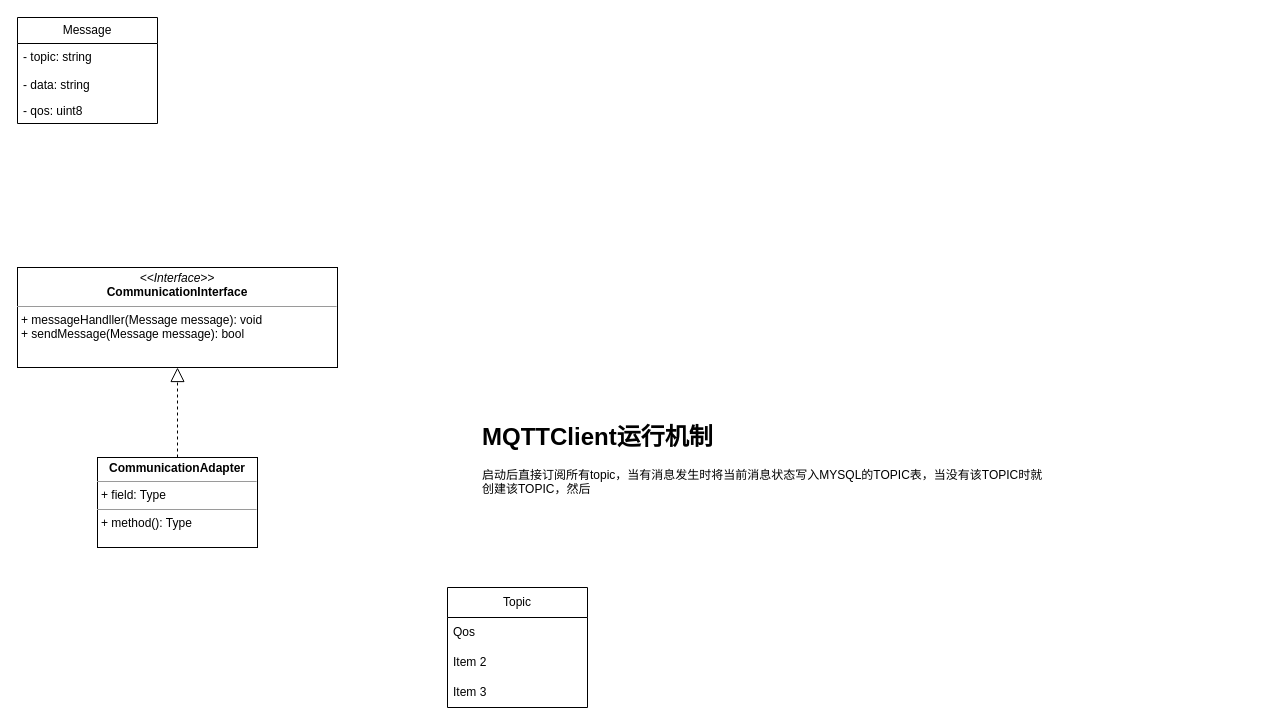
Diam2023/IOTServer keeps this draw.io diagram as doc/communication.drawio. Above is the earlier version. Source tidied: cells renumbered, new cells numbered last; positions are measured from the earlier drawing's top-left corner, leaving out a move shared by most shapes. Both pictures are drawn from the tidied source at 100%, with x=0, y=0 at pixel (17, 17).
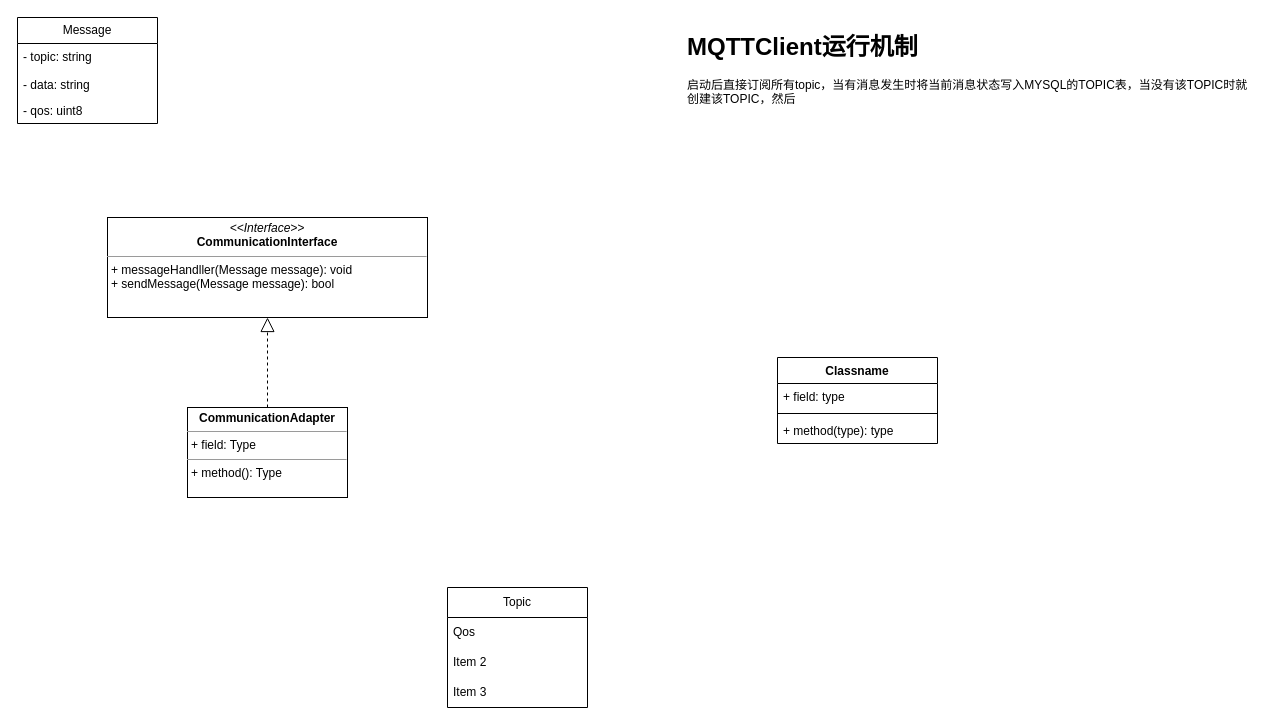
Above is the later version.

What changed in the source:
```diff
@@
 <mxGraphModel>
   <root>
     <mxCell id="0" />
     <mxCell id="1" parent="0" />
     <mxCell id="2" value="&lt;p style=&quot;margin:0px;margin-top:4px;text-align:center;&quot;&gt;&lt;i&gt;&amp;lt;&amp;lt;Interface&amp;gt;&amp;gt;&lt;/i&gt;&lt;br&gt;&lt;b&gt;CommunicationInterface&lt;/b&gt;&lt;/p&gt;&lt;hr size=&quot;1&quot;&gt;&lt;p style=&quot;margin:0px;margin-left:4px;&quot;&gt;+ messageHandller(Message message): void&lt;br&gt;+ sendMessage(Message message): bool&lt;/p&gt;" style="verticalAlign=top;align=left;overflow=fill;fontSize=12;fontFamily=Helvetica;html=1;whiteSpace=wrap;" parent="1" vertex="1">
-      <mxGeometry y="250" width="320" height="100" as="geometry" />
+      <mxGeometry x="90" y="200" width="320" height="100" as="geometry" />
     </mxCell>
     <mxCell id="3" value="Message" style="swimlane;fontStyle=0;horizontal=1;startSize=26;fillColor=none;whiteSpace=wrap;html=1;" parent="1" vertex="1">
       <mxGeometry width="140" height="106" as="geometry" />
     </mxCell>
     <mxCell id="4" value="-&amp;nbsp;topic: string" style="text;strokeColor=none;fillColor=none;align=left;verticalAlign=top;spacingLeft=4;spacingRight=4;overflow=hidden;whiteSpace=wrap;html=1;" parent="3" vertex="1">
       <mxGeometry y="26" width="140" height="28" as="geometry" />
     </mxCell>
     <mxCell id="5" value="- data: string" style="text;strokeColor=none;fillColor=none;align=left;verticalAlign=top;spacingLeft=4;spacingRight=4;overflow=hidden;whiteSpace=wrap;html=1;" parent="3" vertex="1">
       <mxGeometry y="54" width="140" height="26" as="geometry" />
     </mxCell>
     <mxCell id="6" value="- qos: uint8" style="text;strokeColor=none;fillColor=none;align=left;verticalAlign=top;spacingLeft=4;spacingRight=4;overflow=hidden;whiteSpace=wrap;html=1;" parent="3" vertex="1">
       <mxGeometry y="80" width="140" height="26" as="geometry" />
     </mxCell>
     <mxCell id="7" value="&lt;p style=&quot;margin:0px;margin-top:4px;text-align:center;&quot;&gt;&lt;b&gt;CommunicationAdapter&lt;/b&gt;&lt;/p&gt;&lt;hr size=&quot;1&quot;&gt;&lt;p style=&quot;margin:0px;margin-left:4px;&quot;&gt;+ field: Type&lt;/p&gt;&lt;hr size=&quot;1&quot;&gt;&lt;p style=&quot;margin:0px;margin-left:4px;&quot;&gt;+ method(): Type&lt;/p&gt;" style="verticalAlign=top;align=left;overflow=fill;fontSize=12;fontFamily=Helvetica;html=1;whiteSpace=wrap;" parent="1" vertex="1">
-      <mxGeometry x="80" y="440" width="160" height="90" as="geometry" />
+      <mxGeometry x="170" y="390" width="160" height="90" as="geometry" />
     </mxCell>
     <mxCell id="8" style="endArrow=block;dashed=1;endFill=0;endSize=12;html=1;rounded=0;" parent="1" edge="1" source="7" target="2">
       <mxGeometry relative="1" as="geometry" />
     </mxCell>
     <mxCell id="9" value="&lt;h1&gt;MQTTClient运行机制&lt;/h1&gt;&lt;p&gt;启动后直接订阅所有topic，当有消息发生时将当前消息状态写入MYSQL的TOPIC表，当没有该TOPIC时就创建该TOPIC，然后&lt;/p&gt;" style="text;html=1;strokeColor=none;fillColor=none;spacing=5;spacingTop=-20;whiteSpace=wrap;overflow=hidden;rounded=0;" parent="1" vertex="1">
-      <mxGeometry x="460" y="400" width="570" height="140" as="geometry" />
+      <mxGeometry x="665" y="10" width="570" height="140" as="geometry" />
     </mxCell>
     <mxCell id="10" value="Topic" style="swimlane;fontStyle=0;horizontal=1;startSize=30;whiteSpace=wrap;html=1;" parent="1" vertex="1">
       <mxGeometry x="430" y="570" width="140" height="120" as="geometry" />
     </mxCell>
     <mxCell id="11" value="Qos" style="text;strokeColor=none;fillColor=none;align=left;verticalAlign=middle;spacingLeft=4;spacingRight=4;overflow=hidden;whiteSpace=wrap;html=1;" parent="10" vertex="1">
       <mxGeometry y="30" width="140" height="30" as="geometry" />
     </mxCell>
     <mxCell id="12" value="Item 2" style="text;strokeColor=none;fillColor=none;align=left;verticalAlign=middle;spacingLeft=4;spacingRight=4;overflow=hidden;whiteSpace=wrap;html=1;" parent="10" vertex="1">
       <mxGeometry y="60" width="140" height="30" as="geometry" />
     </mxCell>
     <mxCell id="13" value="Item 3" style="text;strokeColor=none;fillColor=none;align=left;verticalAlign=middle;spacingLeft=4;spacingRight=4;overflow=hidden;whiteSpace=wrap;html=1;" parent="10" vertex="1">
       <mxGeometry y="90" width="140" height="30" as="geometry" />
     </mxCell>
+    <mxCell id="14" value="Classname" style="swimlane;fontStyle=1;align=center;verticalAlign=top;horizontal=1;startSize=26;whiteSpace=wrap;html=1;" parent="1" vertex="1">
+      <mxGeometry x="760" y="340" width="160" height="86" as="geometry" />
+    </mxCell>
+    <mxCell id="15" value="+ field: type" style="text;strokeColor=none;fillColor=none;align=left;verticalAlign=top;spacingLeft=4;spacingRight=4;overflow=hidden;whiteSpace=wrap;html=1;" parent="14" vertex="1">
+      <mxGeometry y="26" width="160" height="26" as="geometry" />
+    </mxCell>
+    <mxCell id="16" style="line;strokeWidth=1;fillColor=none;align=left;verticalAlign=middle;spacingTop=-1;spacingLeft=3;spacingRight=3;labelPosition=right;strokeColor=inherit;" parent="14" vertex="1">
+      <mxGeometry y="52" width="160" height="8" as="geometry" />
+    </mxCell>
+    <mxCell id="17" value="+ method(type): type" style="text;strokeColor=none;fillColor=none;align=left;verticalAlign=top;spacingLeft=4;spacingRight=4;overflow=hidden;whiteSpace=wrap;html=1;" parent="14" vertex="1">
+      <mxGeometry y="60" width="160" height="26" as="geometry" />
+    </mxCell>
   </root>
 </mxGraphModel>
```
